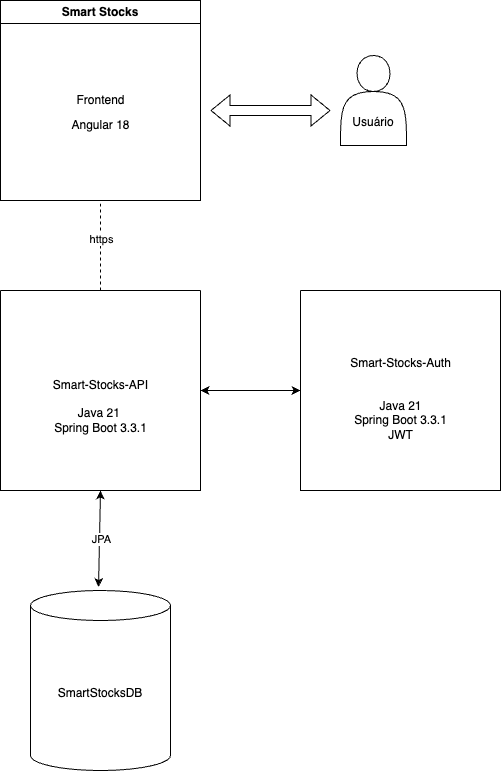
Earlier version of the draw.io export Smart Stocks System.png (patrick-jose/Smart-Stocks-Docs). Source tidied: cells renumbered, new cells last; positions are measured from the earlier drawing's top-left corner, leaving out a move shared by most shapes.
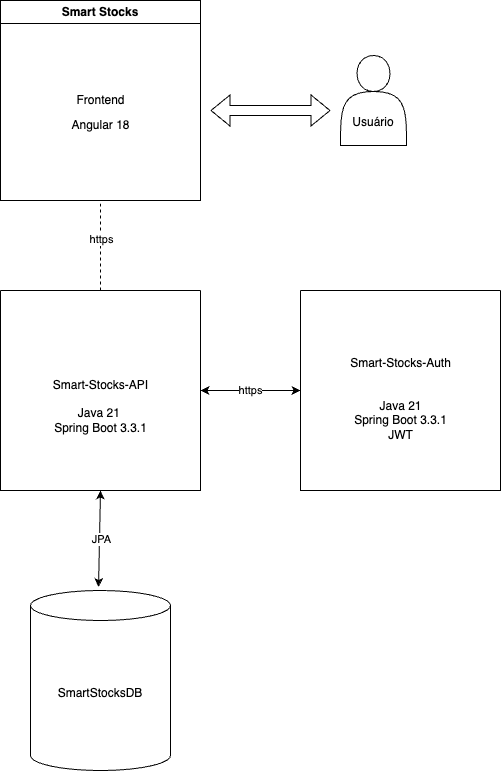
After the change.

The edit, as a diff of the source:
```diff
@@ -53,6 +53,11 @@
         <mxPoint x="300" y="390" as="targetPoint" />
       </mxGeometry>
     </mxCell>
+    <mxCell id="19" value="https" style="edgeLabel;html=1;align=center;verticalAlign=middle;" parent="15" vertex="1">
+      <mxGeometry x="-0.15" relative="1" as="geometry">
+        <mxPoint x="7" as="offset" />
+      </mxGeometry>
+    </mxCell>
     <mxCell id="16" style="swimlane;startSize=0;" parent="1" vertex="1">
       <mxGeometry x="300" y="290" width="200" height="200" as="geometry" />
     </mxCell>
```
